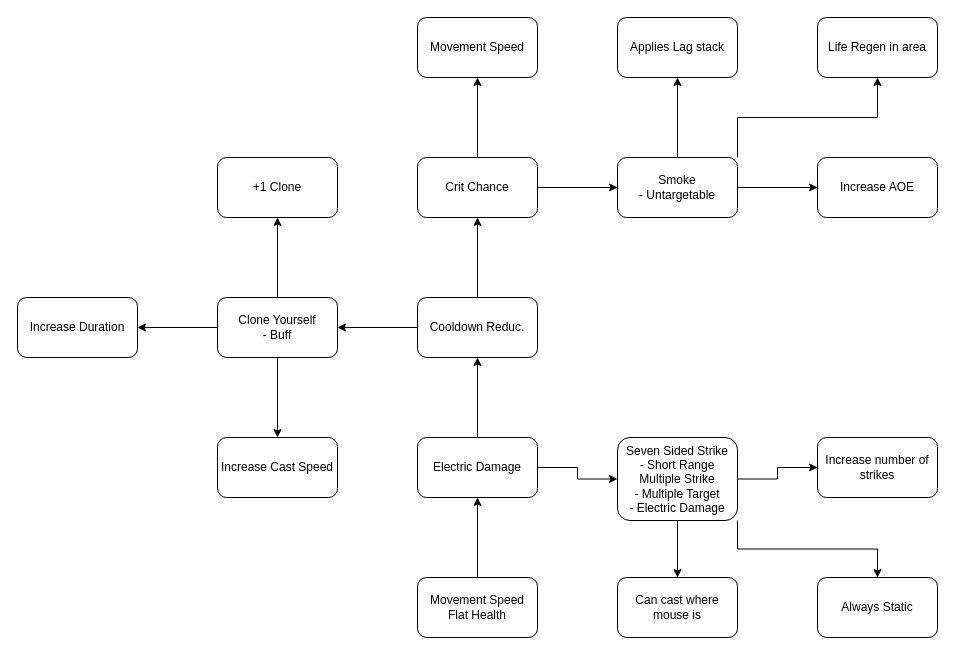
Above: page "Penumbra" (13 of 30) of Docs/SkillTree.drawio in LeVieuxSinge/RoguelikeGame (draw.io), before the change. Source tidied: cells renumbered, new cells numbered last; positions are measured from the earlier drawing's top-left corner, leaving out a move shared by most shapes. Both pictures are drawn from the tidied source at 100%, with x=0, y=0 at pixel (17, 17).
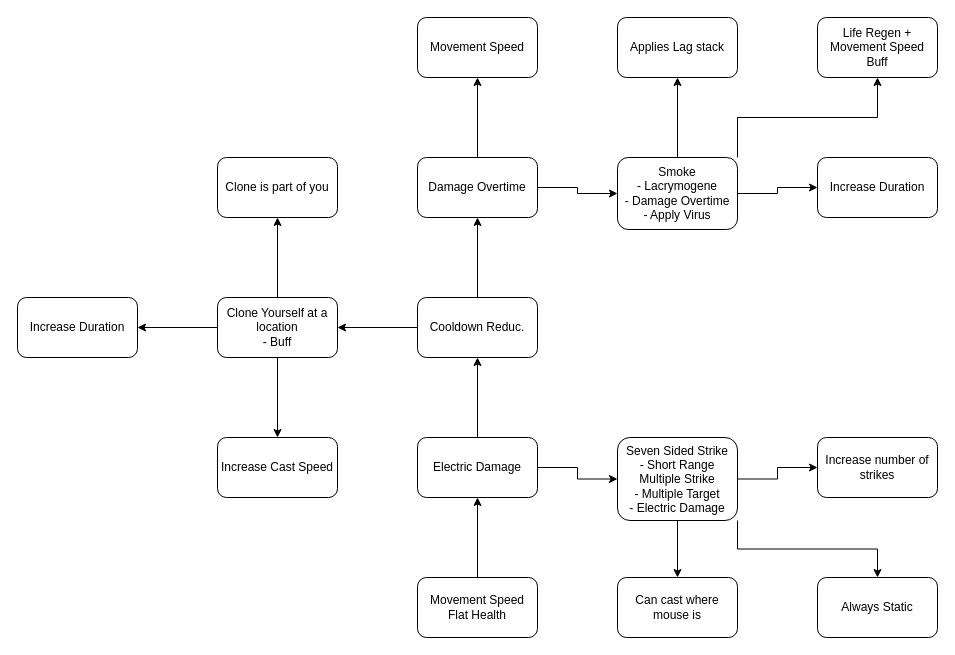
After the change.

Diff of the diagram source:
```diff
@@
-    <mxCell id="17" value="Clone Yourself&lt;br&gt;- Buff" style="rounded=1;whiteSpace=wrap;html=1;" parent="1" vertex="1">
+    <mxCell id="17" value="Clone Yourself at a location&lt;br&gt;- Buff" style="rounded=1;whiteSpace=wrap;html=1;" parent="1" vertex="1">
       <mxGeometry x="200" y="280" width="120" height="60" as="geometry" />
     </mxCell>
@@
-    <mxCell id="20" value="Crit Chance" style="rounded=1;whiteSpace=wrap;html=1;" parent="1" vertex="1">
+    <mxCell id="20" value="Damage Overtime" style="rounded=1;whiteSpace=wrap;html=1;" parent="1" vertex="1">
       <mxGeometry x="400" y="140" width="120" height="60" as="geometry" />
     </mxCell>
@@
-    <mxCell id="24" value="Smoke&lt;br&gt;- Untargetable" style="rounded=1;whiteSpace=wrap;html=1;" parent="1" vertex="1">
-      <mxGeometry x="600" y="140" width="120" height="60" as="geometry" />
+    <mxCell id="24" value="Smoke&lt;br&gt;- Lacrymogene&lt;br&gt;- Damage Overtime&lt;br&gt;- Apply Virus" style="rounded=1;whiteSpace=wrap;html=1;" parent="1" vertex="1">
+      <mxGeometry x="600" y="140" width="120" height="72" as="geometry" />
     </mxCell>
@@
-    <mxCell id="31" value="+1 Clone" style="rounded=1;whiteSpace=wrap;html=1;" parent="1" vertex="1">
+    <mxCell id="31" value="Clone is part of you" style="rounded=1;whiteSpace=wrap;html=1;" parent="1" vertex="1">
       <mxGeometry x="200" y="140" width="120" height="60" as="geometry" />
     </mxCell>
-    <mxCell id="32" value="Life Regen in area" style="rounded=1;whiteSpace=wrap;html=1;" parent="1" vertex="1">
+    <mxCell id="32" value="Life Regen + Movement Speed Buff" style="rounded=1;whiteSpace=wrap;html=1;" parent="1" vertex="1">
       <mxGeometry x="800" width="120" height="60" as="geometry" />
     </mxCell>
-    <mxCell id="33" value="Increase AOE" style="rounded=1;whiteSpace=wrap;html=1;" parent="1" vertex="1">
+    <mxCell id="33" value="Increase Duration" style="rounded=1;whiteSpace=wrap;html=1;" parent="1" vertex="1">
       <mxGeometry x="800" y="140" width="120" height="60" as="geometry" />
     </mxCell>
```
